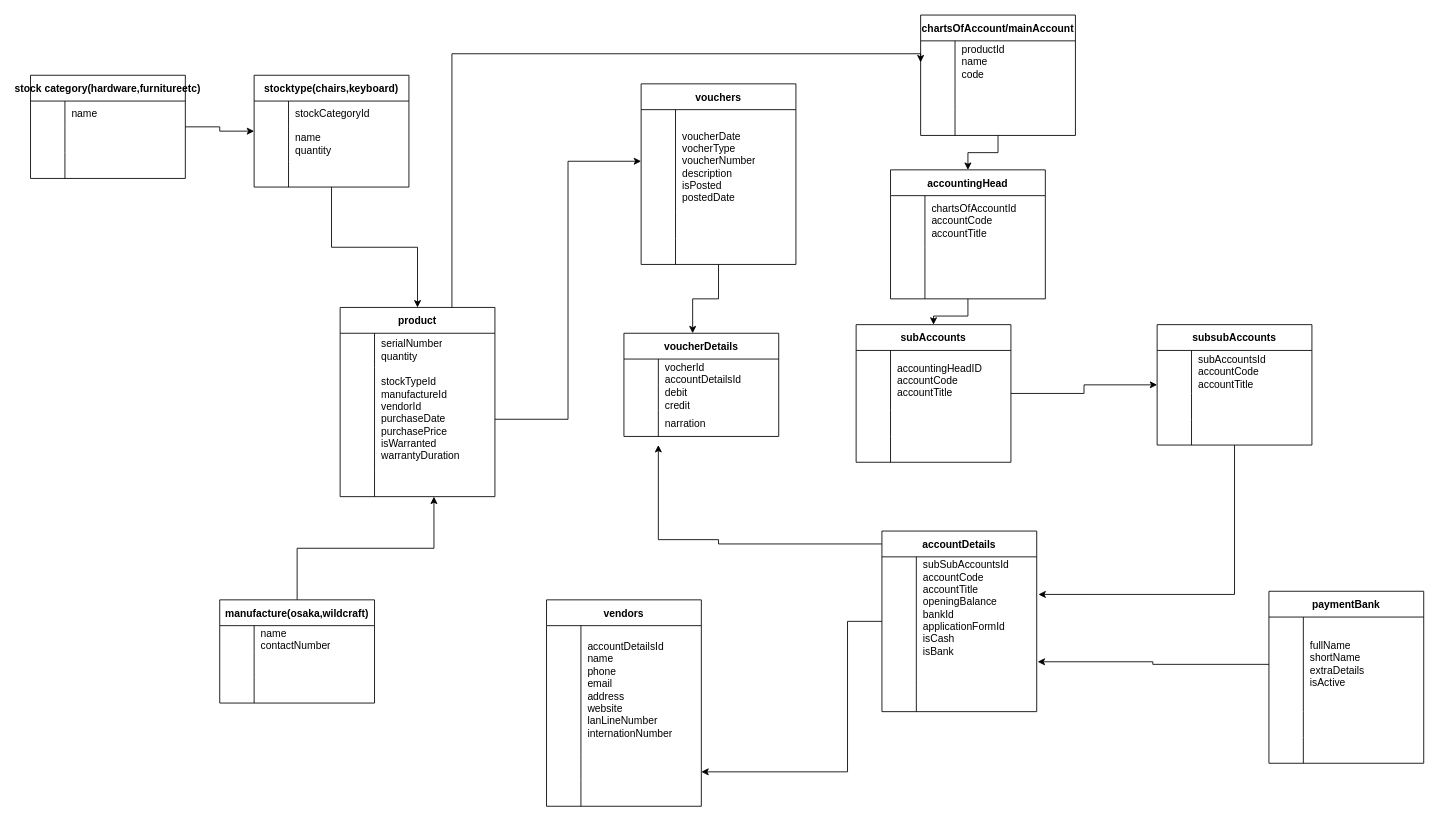
The draw.io diagram recievable.drawio in zaryabali786/erdDiagram, before the edit. Source tidied: cells renumbered, new cells numbered last; positions are measured from the earlier drawing's top-left corner, leaving out a move shared by most shapes. Both pictures are drawn from the tidied source at 86%, with x=0, y=0 at pixel (30, 15).
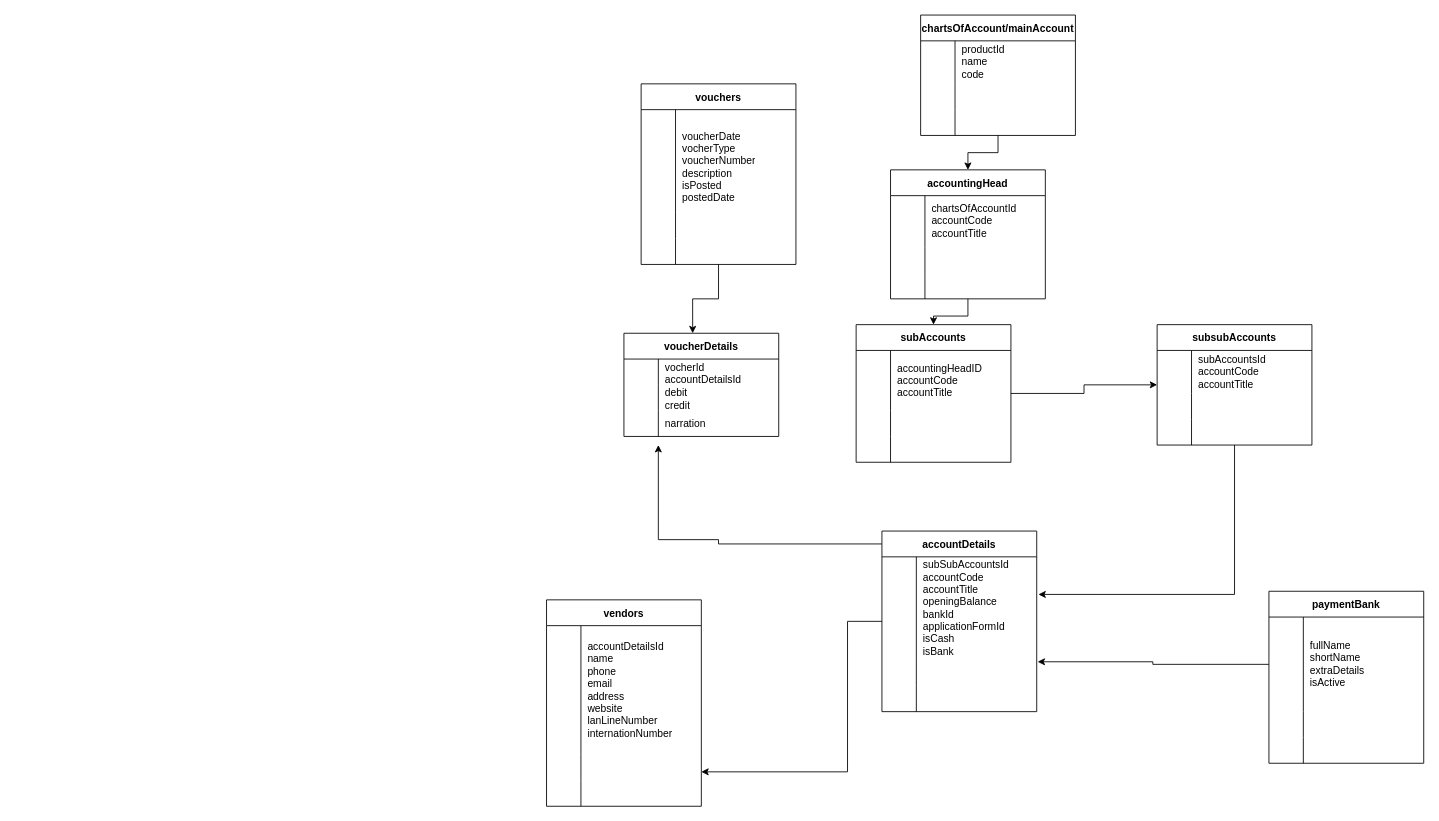
After the change.

The change refers to these unchanged cells:
```xml
<mxCell id="48" style="shape=tableRow;horizontal=0;startSize=0;swimlaneHead=0;swimlaneBody=0;top=0;left=0;bottom=0;right=0;fillColor=none;points=[[0,0.5],[1,0.5]];portConstraint=eastwest;" parent="47" vertex="1">
  <mxGeometry y="30" width="180" height="50" as="geometry" />
</mxCell>
<mxCell id="104" style="shape=tableRow;horizontal=0;startSize=0;swimlaneHead=0;swimlaneBody=0;top=0;left=0;bottom=0;right=0;fillColor=none;points=[[0,0.5],[1,0.5]];portConstraint=eastwest;" parent="103" vertex="1">
  <mxGeometry y="30" width="180" height="120" as="geometry" />
</mxCell>
```

What changed in the source:
```diff
@@
-    <mxCell id="2" style="edgeStyle=orthogonalEdgeStyle;rounded=0;jettySize=auto;html=1;" parent="1" edge="1" source="3" target="14">
-      <mxGeometry relative="1" as="geometry" />
-    </mxCell>
-    <mxCell id="3" value="stock category(hardware,furnitureetc)" style="shape=table;startSize=30;childLayout=tableLayout;rowLines=0;fontStyle=1;" parent="1" vertex="1">
-      <mxGeometry y="70" width="180" height="120" as="geometry" />
-    </mxCell>
-    <mxCell id="4" style="shape=tableRow;horizontal=0;startSize=0;swimlaneHead=0;swimlaneBody=0;top=0;left=0;bottom=0;right=0;fillColor=none;" parent="3" vertex="1">
-      <mxGeometry y="30" width="180" height="30" as="geometry" />
-    </mxCell>
-    <mxCell id="5" style="shape=partialRectangle;html=1;whiteSpace=wrap;fillColor=none;top=0;left=0;bottom=0;right=0;overflow=hidden;" parent="4" vertex="1">
-      <mxGeometry width="40" height="30" as="geometry" />
-    </mxCell>
-    <mxCell id="6" value="name" style="shape=partialRectangle;html=1;whiteSpace=wrap;fillColor=none;top=0;left=0;bottom=0;right=0;align=left;spacingLeft=6;overflow=hidden;" parent="4" vertex="1">
-      <mxGeometry x="40" width="140" height="30" as="geometry" />
-    </mxCell>
-    <mxCell id="7" style="shape=tableRow;horizontal=0;startSize=0;swimlaneHead=0;swimlaneBody=0;top=0;left=0;bottom=0;right=0;fillColor=none;" parent="3" vertex="1">
-      <mxGeometry y="60" width="180" height="30" as="geometry" />
-    </mxCell>
-    <mxCell id="8" style="shape=partialRectangle;html=1;whiteSpace=wrap;fillColor=none;top=0;left=0;bottom=0;right=0;overflow=hidden;" parent="7" vertex="1">
-      <mxGeometry width="40" height="30" as="geometry" />
-    </mxCell>
-    <mxCell id="9" style="shape=partialRectangle;html=1;whiteSpace=wrap;fillColor=none;top=0;left=0;bottom=0;right=0;align=left;spacingLeft=6;overflow=hidden;" parent="7" vertex="1">
-      <mxGeometry x="40" width="140" height="30" as="geometry" />
-    </mxCell>
-    <mxCell id="10" style="shape=tableRow;horizontal=0;startSize=0;swimlaneHead=0;swimlaneBody=0;top=0;left=0;bottom=0;right=0;fillColor=none;" parent="3" vertex="1">
-      <mxGeometry y="90" width="180" height="30" as="geometry" />
-    </mxCell>
-    <mxCell id="11" style="shape=partialRectangle;html=1;whiteSpace=wrap;fillColor=none;top=0;left=0;bottom=0;right=0;overflow=hidden;" parent="10" vertex="1">
-      <mxGeometry width="40" height="30" as="geometry" />
-    </mxCell>
-    <mxCell id="12" style="shape=partialRectangle;html=1;whiteSpace=wrap;fillColor=none;top=0;left=0;bottom=0;right=0;align=left;spacingLeft=6;overflow=hidden;" parent="10" vertex="1">
-      <mxGeometry x="40" width="140" height="30" as="geometry" />
-    </mxCell>
-    <mxCell id="13" style="edgeStyle=orthogonalEdgeStyle;rounded=0;jettySize=auto;html=1;" parent="1" edge="1" source="14" target="25">
-      <mxGeometry relative="1" as="geometry" />
-    </mxCell>
-    <mxCell id="14" value="stocktype(chairs,keyboard)" style="shape=table;startSize=30;childLayout=tableLayout;rowLines=0;fontStyle=1;" parent="1" vertex="1">
-      <mxGeometry x="260" y="70" width="180" height="130" as="geometry" />
-    </mxCell>
-    <mxCell id="15" style="shape=tableRow;horizontal=0;startSize=0;swimlaneHead=0;swimlaneBody=0;top=0;left=0;bottom=0;right=0;fillColor=none;" parent="14" vertex="1">
-      <mxGeometry y="30" width="180" height="30" as="geometry" />
-    </mxCell>
-    <mxCell id="16" style="shape=partialRectangle;html=1;whiteSpace=wrap;fillColor=none;top=0;left=0;bottom=0;right=0;overflow=hidden;" parent="15" vertex="1">
-      <mxGeometry width="40" height="30" as="geometry" />
-    </mxCell>
-    <mxCell id="17" value="stockCategoryId" style="shape=partialRectangle;html=1;whiteSpace=wrap;fillColor=none;top=0;left=0;bottom=0;right=0;align=left;spacingLeft=6;overflow=hidden;" parent="15" vertex="1">
-      <mxGeometry x="40" width="140" height="30" as="geometry" />
-    </mxCell>
-    <mxCell id="18" style="shape=tableRow;horizontal=0;startSize=0;swimlaneHead=0;swimlaneBody=0;top=0;left=0;bottom=0;right=0;fillColor=none;" parent="14" vertex="1">
-      <mxGeometry y="60" width="180" height="40" as="geometry" />
-    </mxCell>
-    <mxCell id="19" style="shape=partialRectangle;html=1;whiteSpace=wrap;fillColor=none;top=0;left=0;bottom=0;right=0;overflow=hidden;" parent="18" vertex="1">
-      <mxGeometry width="40" height="40" as="geometry" />
-    </mxCell>
-    <mxCell id="20" value="name&lt;br&gt;quantity" style="shape=partialRectangle;html=1;whiteSpace=wrap;fillColor=none;top=0;left=0;bottom=0;right=0;align=left;spacingLeft=6;overflow=hidden;" parent="18" vertex="1">
-      <mxGeometry x="40" width="140" height="40" as="geometry" />
-    </mxCell>
-    <mxCell id="21" style="shape=tableRow;horizontal=0;startSize=0;swimlaneHead=0;swimlaneBody=0;top=0;left=0;bottom=0;right=0;fillColor=none;" parent="14" vertex="1">
-      <mxGeometry y="100" width="180" height="30" as="geometry" />
-    </mxCell>
-    <mxCell id="22" style="shape=partialRectangle;html=1;whiteSpace=wrap;fillColor=none;top=0;left=0;bottom=0;right=0;overflow=hidden;" parent="21" vertex="1">
-      <mxGeometry width="40" height="30" as="geometry" />
-    </mxCell>
-    <mxCell id="23" style="shape=partialRectangle;html=1;whiteSpace=wrap;fillColor=none;top=0;left=0;bottom=0;right=0;align=left;spacingLeft=6;overflow=hidden;" parent="21" vertex="1">
-      <mxGeometry x="40" width="140" height="30" as="geometry" />
-    </mxCell>
-    <mxCell id="24" style="edgeStyle=orthogonalEdgeStyle;rounded=0;jettySize=auto;html=1;entryX=0;entryY=0.5;entryDx=0;entryDy=0;" parent="1" edge="1" source="25" target="48">
-      <mxGeometry relative="1" as="geometry">
-        <Array as="points">
-          <mxPoint x="490" y="45" />
-        </Array>
-      </mxGeometry>
-    </mxCell>
-    <mxCell id="25" value="product" style="shape=table;startSize=30;childLayout=tableLayout;rowLines=0;fontStyle=1;" parent="1" vertex="1">
-      <mxGeometry x="360" y="340" width="180" height="220" as="geometry" />
-    </mxCell>
-    <mxCell id="26" style="shape=tableRow;horizontal=0;startSize=0;swimlaneHead=0;swimlaneBody=0;top=0;left=0;bottom=0;right=0;fillColor=none;" parent="25" vertex="1">
-      <mxGeometry y="30" width="180" height="40" as="geometry" />
-    </mxCell>
-    <mxCell id="27" style="shape=partialRectangle;html=1;whiteSpace=wrap;fillColor=none;top=0;left=0;bottom=0;right=0;overflow=hidden;" parent="26" vertex="1">
-      <mxGeometry width="40" height="40" as="geometry" />
-    </mxCell>
-    <mxCell id="28" value="serialNumber&lt;br&gt;quantity" style="shape=partialRectangle;html=1;whiteSpace=wrap;fillColor=none;top=0;left=0;bottom=0;right=0;align=left;spacingLeft=6;overflow=hidden;" parent="26" vertex="1">
-      <mxGeometry x="40" width="140" height="40" as="geometry" />
-    </mxCell>
-    <mxCell id="29" style="shape=tableRow;horizontal=0;startSize=0;swimlaneHead=0;swimlaneBody=0;top=0;left=0;bottom=0;right=0;fillColor=none;points=[[0,0.5],[1,0.5]];portConstraint=eastwest;" parent="25" vertex="1">
-      <mxGeometry y="70" width="180" height="120" as="geometry" />
-    </mxCell>
-    <mxCell id="30" style="shape=partialRectangle;html=1;whiteSpace=wrap;fillColor=none;top=0;left=0;bottom=0;right=0;overflow=hidden;" parent="29" vertex="1">
-      <mxGeometry width="40" height="120" as="geometry" />
-    </mxCell>
-    <mxCell id="31" value="stockTypeId&lt;br&gt;manufactureId&lt;br&gt;vendorId&lt;br&gt;purchaseDate&lt;br&gt;purchasePrice&lt;br&gt;isWarranted&lt;br&gt;warrantyDuration" style="shape=partialRectangle;html=1;whiteSpace=wrap;fillColor=none;top=0;left=0;bottom=0;right=0;align=left;spacingLeft=6;overflow=hidden;" parent="29" vertex="1">
-      <mxGeometry x="40" width="140" height="120" as="geometry" />
-    </mxCell>
-    <mxCell id="32" style="shape=tableRow;horizontal=0;startSize=0;swimlaneHead=0;swimlaneBody=0;top=0;left=0;bottom=0;right=0;fillColor=none;points=[[0,0.5],[1,0.5]];portConstraint=eastwest;" parent="25" vertex="1">
-      <mxGeometry y="190" width="180" height="30" as="geometry" />
-    </mxCell>
-    <mxCell id="33" style="shape=partialRectangle;html=1;whiteSpace=wrap;fillColor=none;top=0;left=0;bottom=0;right=0;overflow=hidden;" parent="32" vertex="1">
-      <mxGeometry width="40" height="30" as="geometry" />
-    </mxCell>
-    <mxCell id="34" style="shape=partialRectangle;html=1;whiteSpace=wrap;fillColor=none;top=0;left=0;bottom=0;right=0;align=left;spacingLeft=6;overflow=hidden;" parent="32" vertex="1">
-      <mxGeometry x="40" width="140" height="30" as="geometry" />
-    </mxCell>
-    <mxCell id="35" style="edgeStyle=orthogonalEdgeStyle;rounded=0;jettySize=auto;html=1;entryX=0.606;entryY=1;entryDx=0;entryDy=0;entryPerimeter=0;" parent="1" edge="1" source="36" target="32">
-      <mxGeometry relative="1" as="geometry" />
-    </mxCell>
-    <mxCell id="36" value="manufacture(osaka,wildcraft)" style="shape=table;startSize=30;childLayout=tableLayout;rowLines=0;fontStyle=1;" parent="1" vertex="1">
-      <mxGeometry x="220" y="680" width="180" height="120" as="geometry" />
-    </mxCell>
-    <mxCell id="37" style="shape=tableRow;horizontal=0;startSize=0;swimlaneHead=0;swimlaneBody=0;top=0;left=0;bottom=0;right=0;fillColor=none;" parent="36" vertex="1">
-      <mxGeometry y="30" width="180" height="30" as="geometry" />
-    </mxCell>
-    <mxCell id="38" style="shape=partialRectangle;html=1;whiteSpace=wrap;fillColor=none;top=0;left=0;bottom=0;right=0;overflow=hidden;" parent="37" vertex="1">
-      <mxGeometry width="40" height="30" as="geometry" />
-    </mxCell>
-    <mxCell id="39" value="name&lt;br&gt;contactNumber" style="shape=partialRectangle;html=1;whiteSpace=wrap;fillColor=none;top=0;left=0;bottom=0;right=0;align=left;spacingLeft=6;overflow=hidden;" parent="37" vertex="1">
-      <mxGeometry x="40" width="140" height="30" as="geometry" />
-    </mxCell>
-    <mxCell id="40" style="shape=tableRow;horizontal=0;startSize=0;swimlaneHead=0;swimlaneBody=0;top=0;left=0;bottom=0;right=0;fillColor=none;" parent="36" vertex="1">
-      <mxGeometry y="60" width="180" height="30" as="geometry" />
-    </mxCell>
-    <mxCell id="41" style="shape=partialRectangle;html=1;whiteSpace=wrap;fillColor=none;top=0;left=0;bottom=0;right=0;overflow=hidden;" parent="40" vertex="1">
-      <mxGeometry width="40" height="30" as="geometry" />
-    </mxCell>
-    <mxCell id="42" style="shape=partialRectangle;html=1;whiteSpace=wrap;fillColor=none;top=0;left=0;bottom=0;right=0;align=left;spacingLeft=6;overflow=hidden;" parent="40" vertex="1">
-      <mxGeometry x="40" width="140" height="30" as="geometry" />
-    </mxCell>
-    <mxCell id="43" style="shape=tableRow;horizontal=0;startSize=0;swimlaneHead=0;swimlaneBody=0;top=0;left=0;bottom=0;right=0;fillColor=none;" parent="36" vertex="1">
-      <mxGeometry y="90" width="180" height="30" as="geometry" />
-    </mxCell>
-    <mxCell id="44" style="shape=partialRectangle;html=1;whiteSpace=wrap;fillColor=none;top=0;left=0;bottom=0;right=0;overflow=hidden;" parent="43" vertex="1">
-      <mxGeometry width="40" height="30" as="geometry" />
-    </mxCell>
-    <mxCell id="45" style="shape=partialRectangle;html=1;whiteSpace=wrap;fillColor=none;top=0;left=0;bottom=0;right=0;align=left;spacingLeft=6;overflow=hidden;" parent="43" vertex="1">
-      <mxGeometry x="40" width="140" height="30" as="geometry" />
-    </mxCell>
@@
-    <mxCell id="144" style="edgeStyle=orthogonalEdgeStyle;rounded=0;jettySize=auto;html=1;entryX=0;entryY=0.5;entryDx=0;entryDy=0;" parent="1" edge="1" source="29" target="104">
-      <mxGeometry relative="1" as="geometry" />
-    </mxCell>
```
